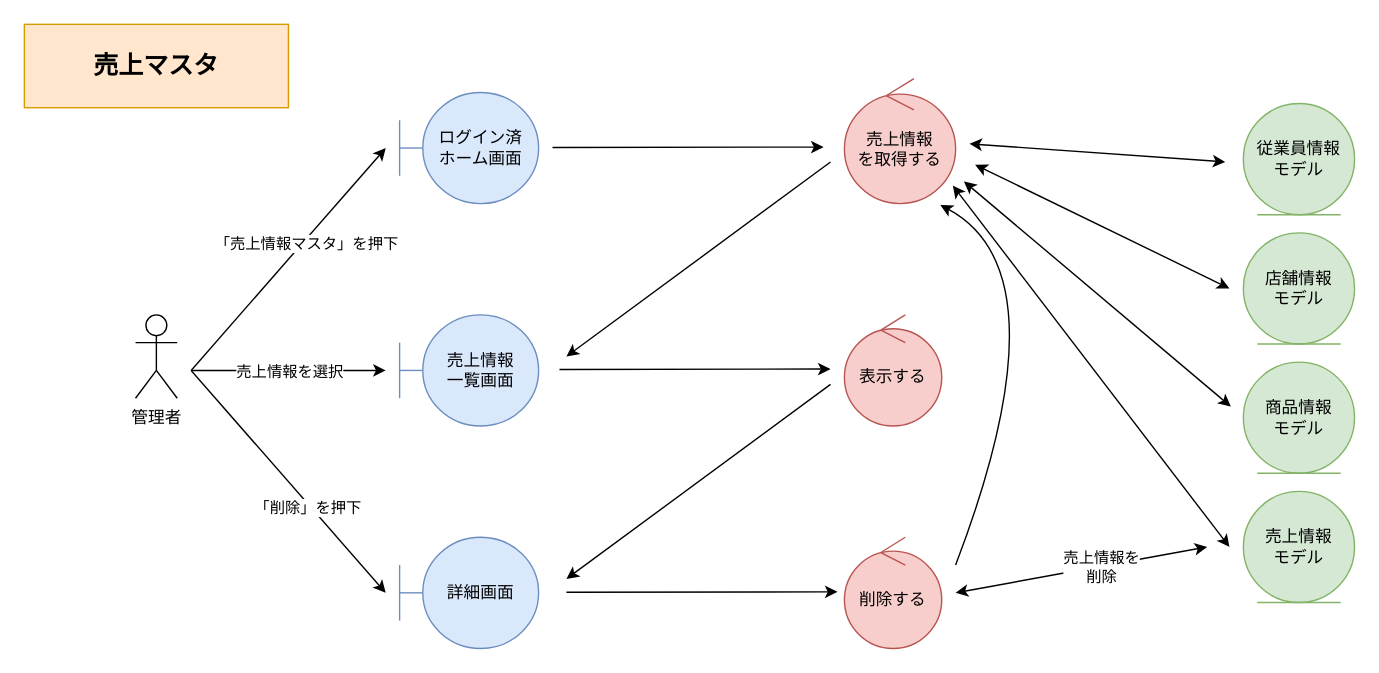
HaruShim/Sotuken keeps this draw.io diagram as page "*売上情報管理_削除" (3 of 3) of 各種設計書/3ロバストネス図/マスタ管理/F04売上マスタ.drawio. Above is the earlier version. Source tidied: cells renumbered, new cells numbered last; positions are measured from the earlier drawing's top-left corner, leaving out a move shared by most shapes. Both pictures are drawn from the tidied source at 139%, with x=0, y=0 at pixel (24, 24).
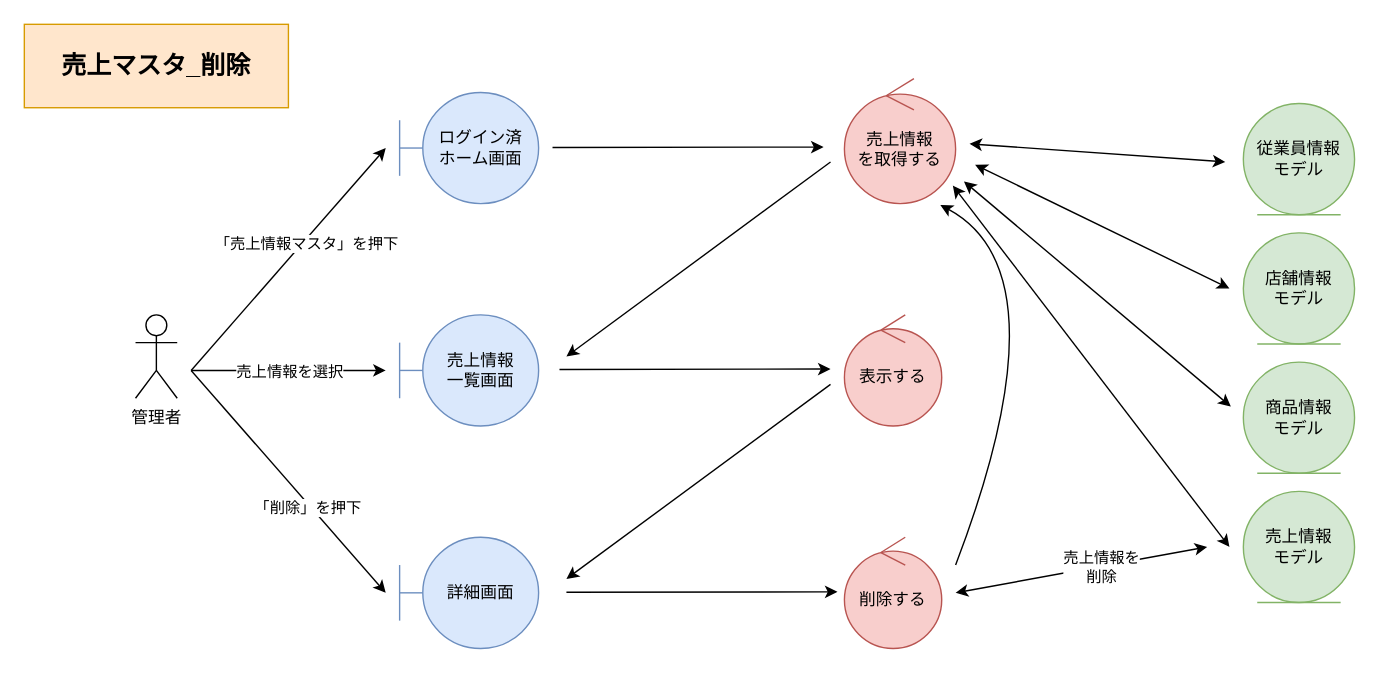
The same page after the edit.

The edit, as a diff of the source:
```diff
@@
-    <mxCell id="15" value="売上マスタ" style="rounded=0;whiteSpace=wrap;html=1;fillColor=#ffe6cc;strokeColor=#d79b00;fontStyle=1;fontSize=18;" parent="1" vertex="1">
+    <mxCell id="15" value="売上マスタ_削除" style="rounded=0;whiteSpace=wrap;html=1;fillColor=#ffe6cc;strokeColor=#d79b00;fontStyle=1;fontSize=18;" parent="1" vertex="1">
       <mxGeometry width="190" height="60" as="geometry" />
     </mxCell>
```
